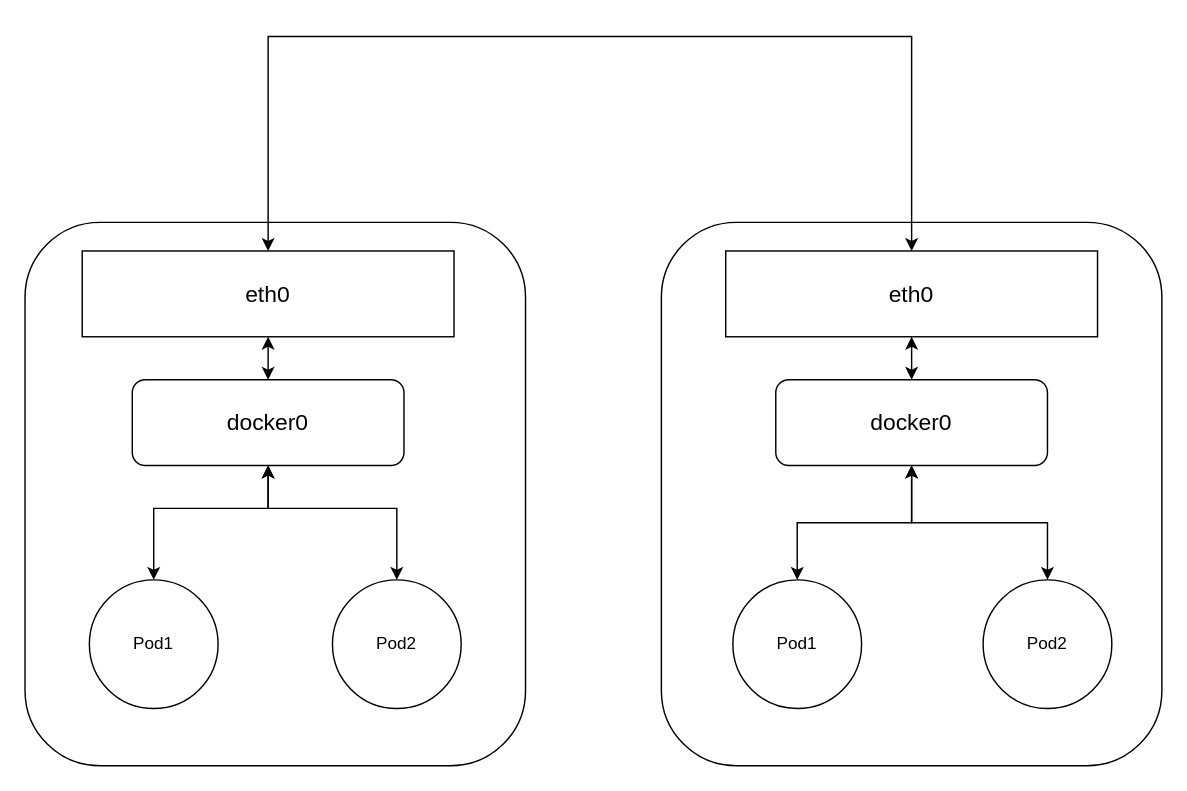
Above: 不同节点Pod之间通信.drawio in AYO-Al/draw (draw.io), before the change. Source tidied: cells renumbered, new cells numbered last; positions are measured from the earlier drawing's top-left corner, leaving out a move shared by most shapes. Both pictures are drawn from the tidied source at 143%, with x=0, y=0 at pixel (24, 36).
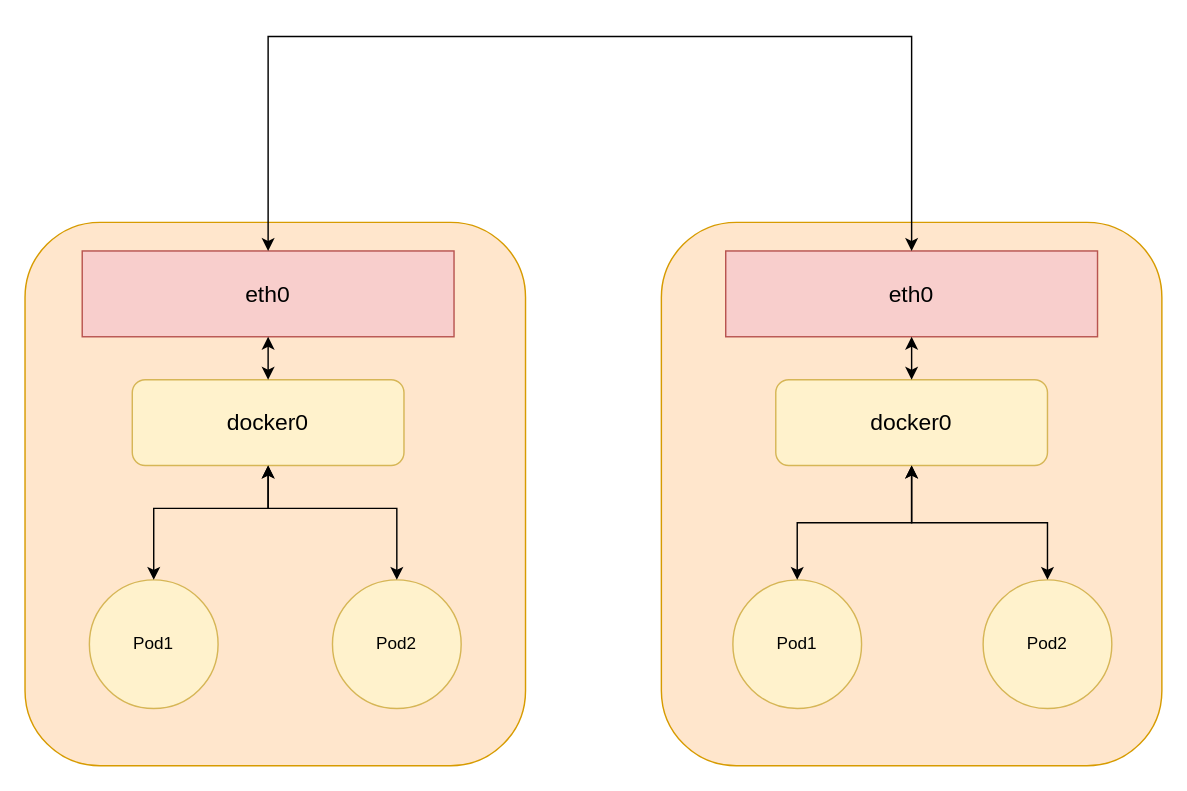
After the change.

Commit message:
更新不同节点Pod之间通信.drawio

The edit, as a diff of the source:
```diff
@@
-    <mxCell id="2" style="rounded=1;whiteSpace=wrap;html=1;" parent="1" vertex="1">
+    <mxCell id="2" style="rounded=1;whiteSpace=wrap;html=1;fillColor=#ffe6cc;strokeColor=#d79b00;" parent="1" vertex="1">
       <mxGeometry y="130" width="350" height="380" as="geometry" />
     </mxCell>
-    <mxCell id="3" value="docker0" style="rounded=1;whiteSpace=wrap;html=1;fontSize=16;" parent="1" vertex="1">
+    <mxCell id="3" value="docker0" style="rounded=1;whiteSpace=wrap;html=1;fontSize=16;fillColor=#fff2cc;strokeColor=#d6b656;" parent="1" vertex="1">
       <mxGeometry x="75" y="240" width="190" height="60" as="geometry" />
     </mxCell>
-    <mxCell id="4" value="Pod1" style="ellipse;whiteSpace=wrap;html=1;" parent="1" vertex="1">
+    <mxCell id="4" value="Pod1" style="ellipse;whiteSpace=wrap;html=1;fillColor=#fff2cc;strokeColor=#d6b656;" parent="1" vertex="1">
       <mxGeometry x="45" y="380" width="90" height="90" as="geometry" />
     </mxCell>
-    <mxCell id="5" value="Pod2" style="ellipse;whiteSpace=wrap;html=1;" parent="1" vertex="1">
+    <mxCell id="5" value="Pod2" style="ellipse;whiteSpace=wrap;html=1;fillColor=#fff2cc;strokeColor=#d6b656;" parent="1" vertex="1">
       <mxGeometry x="215" y="380" width="90" height="90" as="geometry" />
     </mxCell>
-    <mxCell id="6" value="eth0" style="rounded=0;whiteSpace=wrap;html=1;fontSize=16;" parent="1" vertex="1">
+    <mxCell id="6" value="eth0" style="rounded=0;whiteSpace=wrap;html=1;fontSize=16;fillColor=#f8cecc;strokeColor=#b85450;" parent="1" vertex="1">
       <mxGeometry x="40" y="150" width="260" height="60" as="geometry" />
     </mxCell>
-    <mxCell id="7" style="rounded=1;whiteSpace=wrap;html=1;" parent="1" vertex="1">
+    <mxCell id="7" style="rounded=1;whiteSpace=wrap;html=1;fillColor=#ffe6cc;strokeColor=#d79b00;" parent="1" vertex="1">
       <mxGeometry x="445" y="130" width="350" height="380" as="geometry" />
     </mxCell>
-    <mxCell id="8" value="docker0" style="rounded=1;whiteSpace=wrap;html=1;fontSize=16;" parent="1" vertex="1">
+    <mxCell id="8" value="docker0" style="rounded=1;whiteSpace=wrap;html=1;fontSize=16;fillColor=#fff2cc;strokeColor=#d6b656;" parent="1" vertex="1">
       <mxGeometry x="525" y="240" width="190" height="60" as="geometry" />
     </mxCell>
-    <mxCell id="9" value="Pod1" style="ellipse;whiteSpace=wrap;html=1;" parent="1" vertex="1">
+    <mxCell id="9" value="Pod1" style="ellipse;whiteSpace=wrap;html=1;fillColor=#fff2cc;strokeColor=#d6b656;" parent="1" vertex="1">
       <mxGeometry x="495" y="380" width="90" height="90" as="geometry" />
     </mxCell>
-    <mxCell id="10" value="Pod2" style="ellipse;whiteSpace=wrap;html=1;" parent="1" vertex="1">
+    <mxCell id="10" value="Pod2" style="ellipse;whiteSpace=wrap;html=1;fillColor=#fff2cc;strokeColor=#d6b656;" parent="1" vertex="1">
       <mxGeometry x="670" y="380" width="90" height="90" as="geometry" />
     </mxCell>
-    <mxCell id="11" value="eth0" style="rounded=0;whiteSpace=wrap;html=1;fontSize=16;" parent="1" vertex="1">
+    <mxCell id="11" value="eth0" style="rounded=0;whiteSpace=wrap;html=1;fontSize=16;fillColor=#f8cecc;strokeColor=#b85450;" parent="1" vertex="1">
       <mxGeometry x="490" y="150" width="260" height="60" as="geometry" />
     </mxCell>
```
